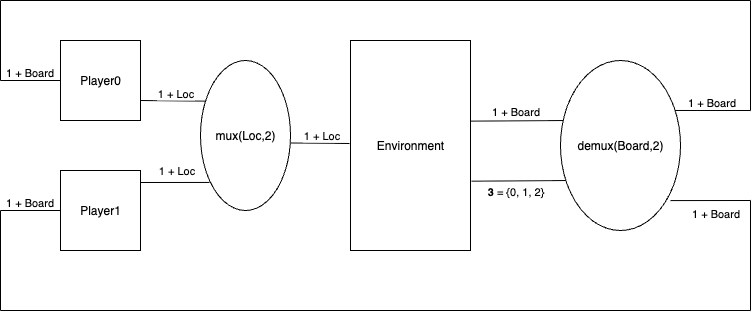
Before: assets/images/gameloop/tictactoe-full.drawio.png, a diagram exported from draw.io (kevinclancy/kevinclancy.github.io). Source tidied: cells renumbered, new cells last; positions are measured from the earlier drawing's top-left corner, leaving out a move shared by most shapes.
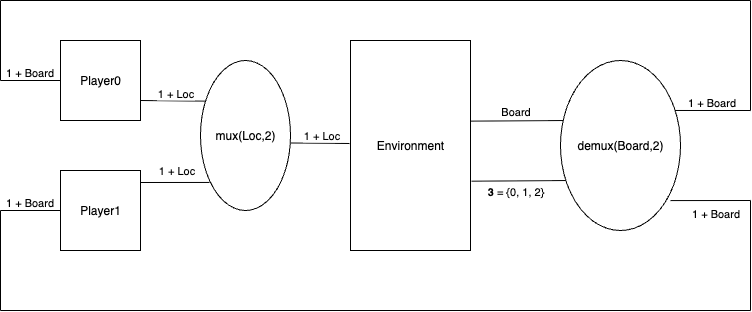
The same file after the commit.

The edit, as a diff of the source:
```diff
@@ -41,7 +41,7 @@
     <mxCell id="12" style="endArrow=none;html=1;rounded=0;exitX=1.003;exitY=0.384;exitDx=0;exitDy=0;exitPerimeter=0;entryX=0.038;entryY=0.353;entryDx=0;entryDy=0;entryPerimeter=0;" parent="1" edge="1" source="9" target="16">
       <mxGeometry relative="1" as="geometry" />
     </mxCell>
-    <mxCell id="13" value="1 + Board" style="edgeLabel;html=1;align=center;verticalAlign=bottom;labelPosition=center;verticalLabelPosition=top;" parent="12" vertex="1">
+    <mxCell id="13" value="Board" style="edgeLabel;html=1;align=center;verticalAlign=bottom;labelPosition=center;verticalLabelPosition=top;" parent="12" vertex="1">
       <mxGeometry x="-0.06" y="-2" relative="1" as="geometry">
         <mxPoint y="-3" as="offset" />
       </mxGeometry>
```
